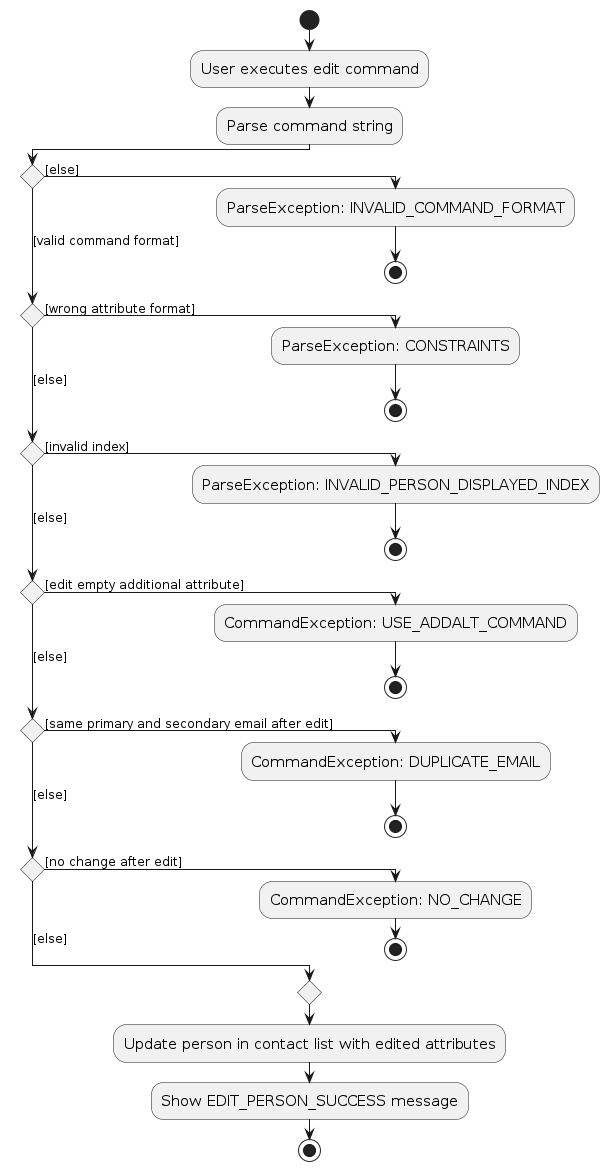
Above: diagrams/EditActivityDiagram.png in kokrui/tp (PlantUML), before the change. Its source is kept beside it as diagrams/EditActivityDiagram.puml.
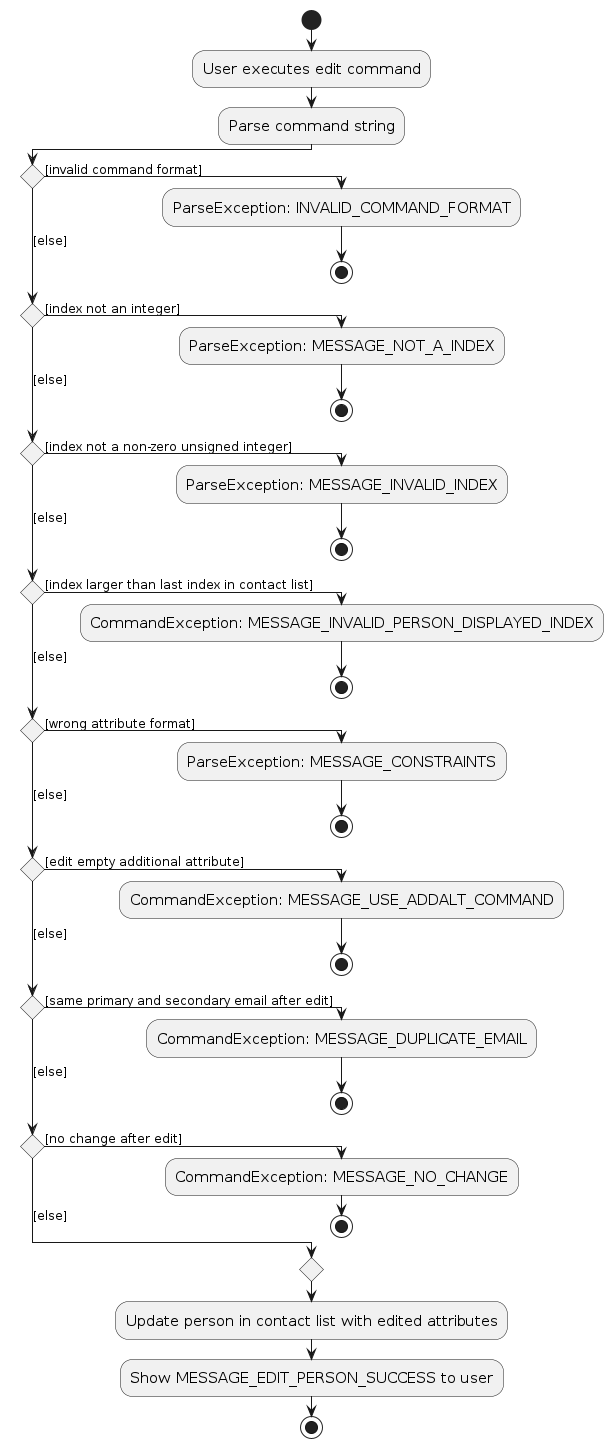
Later version of the same file.

The edit, as a diff of the source:
```diff
@@ -6,28 +6,34 @@
 :User executes edit command;
 :Parse command string;
 
-if () then ([else])
+if () then ([invalid command format])
     :ParseException: INVALID_COMMAND_FORMAT;
     stop
-([valid command format]) elseif () then ([wrong attribute format])
-    :ParseException: CONSTRAINTS;
+([else]) elseif () then ([index not an integer])
+    :ParseException: MESSAGE_NOT_A_INDEX;
     stop
-([else]) elseif () then ([invalid index])
-    :ParseException: INVALID_PERSON_DISPLAYED_INDEX;
+([else]) elseif () then ([index not a non-zero unsigned integer])
+    :ParseException: MESSAGE_INVALID_INDEX;
+    stop
+([else]) elseif () then ([index larger than last index in contact list])
+    :CommandException: MESSAGE_INVALID_PERSON_DISPLAYED_INDEX;
+    stop
+([else]) elseif () then ([wrong attribute format])
+    :ParseException: MESSAGE_CONSTRAINTS;
     stop
 ([else]) elseif () then ([edit empty additional attribute])
-    :CommandException: USE_ADDALT_COMMAND;
+    :CommandException: MESSAGE_USE_ADDALT_COMMAND;
     stop
 ([else]) elseif () then ([same primary and secondary email after edit])
-    :CommandException: DUPLICATE_EMAIL;
+    :CommandException: MESSAGE_DUPLICATE_EMAIL;
     stop
 ([else]) elseif () then ([no change after edit])
-    :CommandException: NO_CHANGE;
+    :CommandException: MESSAGE_NO_CHANGE;
     stop
 else ([else])
 endif
 :Update person in contact list with edited attributes;
-:Show EDIT_PERSON_SUCCESS message;
+:Show MESSAGE_EDIT_PERSON_SUCCESS to user;
 
 stop
 @enduml
```
